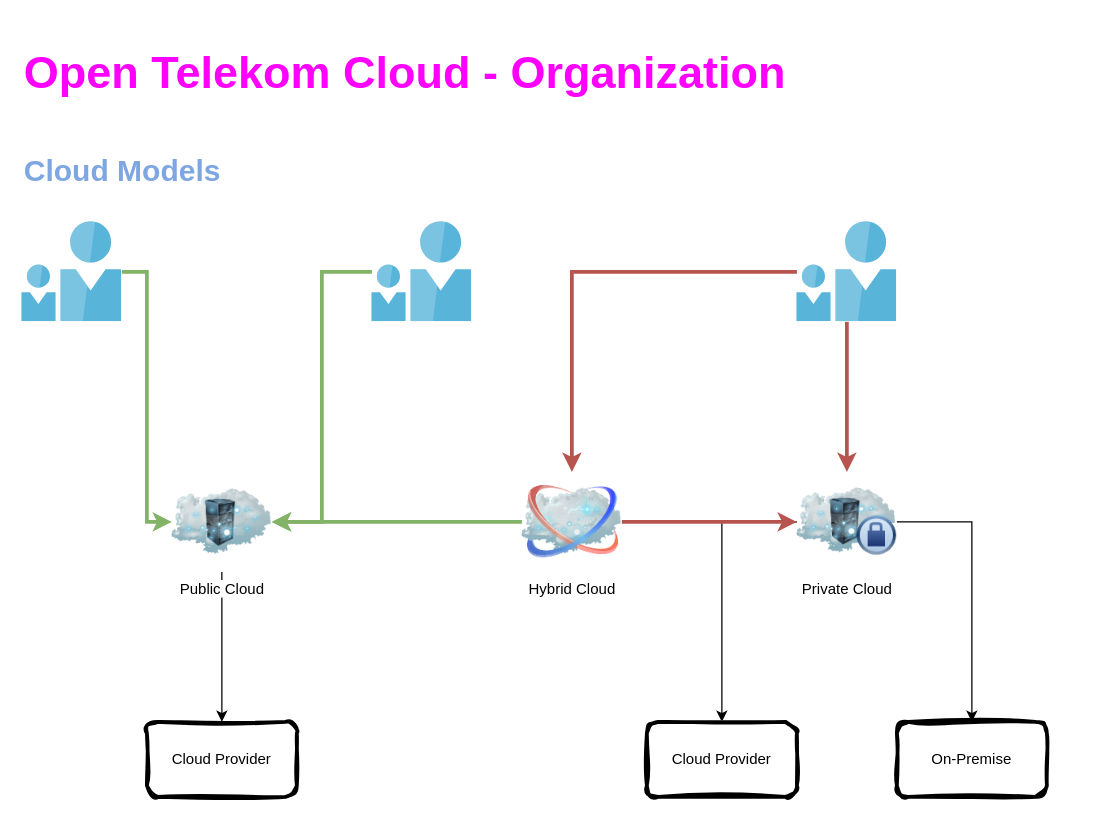
The draw.io diagram page "Cloud Models" (1 of 3) of Organisation.drawio in themue/OTC, before the edit. Source tidied: cells renumbered, new cells numbered last; positions are measured from the earlier drawing's top-left corner, leaving out a move shared by most shapes. Both pictures are drawn from the tidied source at 125%, with x=0, y=0 at pixel (21, 21).
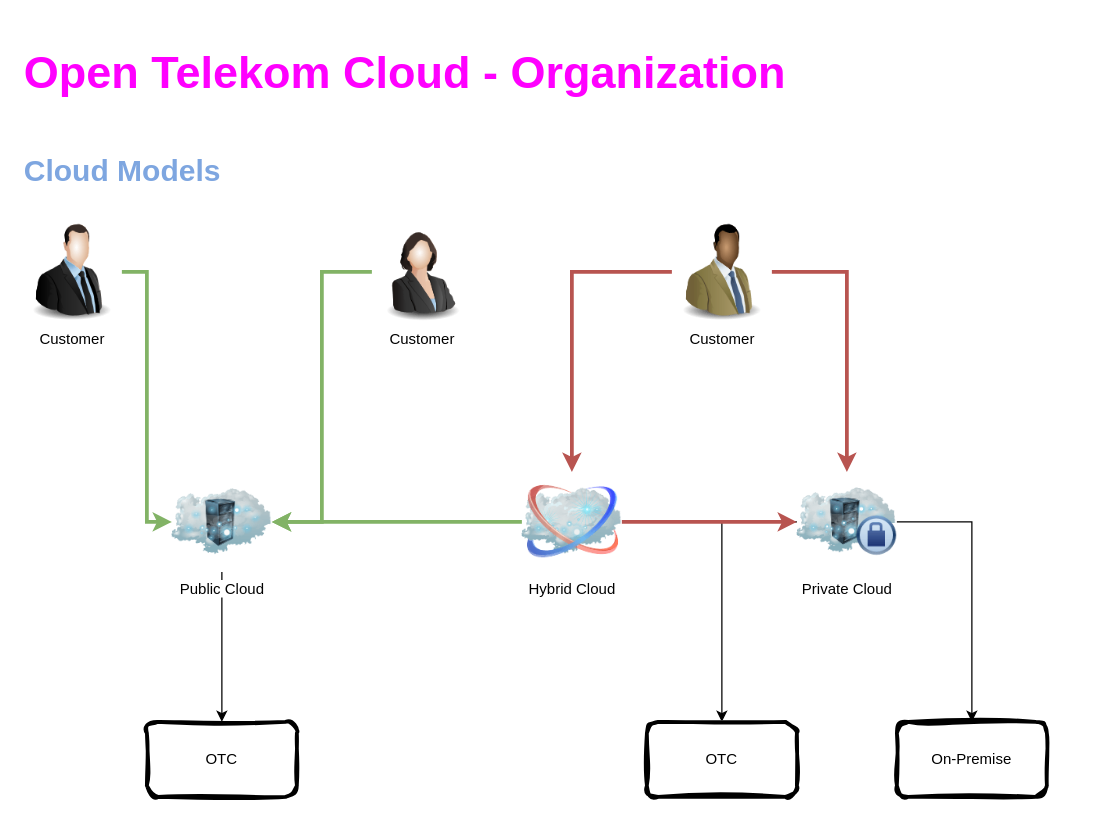
After the change.

Unchanged cells that the change refers to:
```xml
<mxCell id="6" value="Public Cloud" style="image;html=1;image=img/lib/clip_art/networking/Cloud_Rack_128x128.png;" parent="1" vertex="1">
  <mxGeometry x="120" y="360" width="80" height="80" as="geometry" />
</mxCell>
<mxCell id="14" value="Private Cloud" style="image;html=1;image=img/lib/clip_art/networking/Cloud_Rack_Private_128x128.png;" parent="1" vertex="1">
  <mxGeometry x="620" y="360" width="80" height="80" as="geometry" />
</mxCell>
<mxCell id="20" value="Hybrid Cloud" style="image;html=1;image=img/lib/clip_art/networking/Cloud_128x128.png;" parent="1" vertex="1">
  <mxGeometry x="400" y="360" width="80" height="80" as="geometry" />
</mxCell>
```

The edit, as a diff of the source:
```diff
@@
-    <mxCell id="3" style="edgeStyle=orthogonalEdgeStyle;rounded=0;jettySize=auto;html=1;entryX=0;entryY=0.5;entryDx=0;entryDy=0;strokeWidth=3;fillColor=#d5e8d4;strokeColor=#82b366;" parent="1" edge="1" source="4" target="6">
-      <mxGeometry relative="1" as="geometry" />
+    <mxCell id="3" style="edgeStyle=orthogonalEdgeStyle;rounded=0;jettySize=auto;html=1;entryX=0;entryY=0.5;entryDx=0;entryDy=0;strokeWidth=3;fillColor=#d5e8d4;strokeColor=#82b366;exitX=1;exitY=0.5;exitDx=0;exitDy=0;" parent="1" edge="1" source="22" target="6">
+      <mxGeometry relative="1" as="geometry">
+        <Array as="points">
+          <mxPoint x="100" y="200" />
+          <mxPoint x="100" y="400" />
+        </Array>
+      </mxGeometry>
     </mxCell>
-    <mxCell id="4" style="image;sketch=0;html=1;points=[];align=center;fontSize=12;image=img/lib/mscae/Two_User_Icon.svg;" parent="1" vertex="1">
-      <mxGeometry y="160" width="80" height="80" as="geometry" />
-    </mxCell>
@@
-    <mxCell id="7" style="edgeStyle=orthogonalEdgeStyle;rounded=0;jettySize=auto;html=1;entryX=1;entryY=0.5;entryDx=0;entryDy=0;strokeWidth=3;fillColor=#d5e8d4;strokeColor=#82b366;" parent="1" edge="1" source="8" target="6">
+    <mxCell id="7" style="edgeStyle=orthogonalEdgeStyle;rounded=0;jettySize=auto;html=1;entryX=1;entryY=0.5;entryDx=0;entryDy=0;strokeWidth=3;fillColor=#d5e8d4;strokeColor=#82b366;exitX=0;exitY=0.5;exitDx=0;exitDy=0;" parent="1" edge="1" source="23" target="6">
       <mxGeometry relative="1" as="geometry" />
     </mxCell>
-    <mxCell id="8" style="image;sketch=0;html=1;points=[];align=center;fontSize=12;image=img/lib/mscae/Two_User_Icon.svg;" parent="1" vertex="1">
-      <mxGeometry x="280" y="160" width="80" height="80" as="geometry" />
-    </mxCell>
-    <mxCell id="9" style="edgeStyle=orthogonalEdgeStyle;rounded=0;jettySize=auto;html=1;strokeWidth=3;fillColor=#f8cecc;strokeColor=#b85450;" parent="1" edge="1" source="11" target="14">
+    <mxCell id="9" style="edgeStyle=orthogonalEdgeStyle;rounded=0;jettySize=auto;html=1;strokeWidth=3;fillColor=#f8cecc;strokeColor=#b85450;exitX=1;exitY=0.5;exitDx=0;exitDy=0;" parent="1" edge="1" source="24" target="14">
       <mxGeometry relative="1" as="geometry" />
     </mxCell>
-    <mxCell id="10" style="edgeStyle=orthogonalEdgeStyle;rounded=0;jettySize=auto;html=1;strokeWidth=3;fillColor=#f8cecc;strokeColor=#b85450;" parent="1" edge="1" source="11" target="20">
+    <mxCell id="10" style="edgeStyle=orthogonalEdgeStyle;rounded=0;jettySize=auto;html=1;strokeWidth=3;fillColor=#f8cecc;strokeColor=#b85450;" parent="1" edge="1" source="24" target="20">
       <mxGeometry relative="1" as="geometry" />
     </mxCell>
-    <mxCell id="11" style="image;sketch=0;html=1;points=[];align=center;fontSize=12;image=img/lib/mscae/Two_User_Icon.svg;" parent="1" vertex="1">
-      <mxGeometry x="620" y="160" width="80" height="80" as="geometry" />
-    </mxCell>
@@
-    <mxCell id="16" value="Cloud Provider" style="rounded=1;whiteSpace=wrap;html=1;glass=0;strokeWidth=3;sketch=1;curveFitting=1;jiggle=2;" parent="1" vertex="1">
+    <mxCell id="16" value="OTC" style="rounded=1;whiteSpace=wrap;html=1;glass=0;strokeWidth=3;sketch=1;curveFitting=1;jiggle=2;" parent="1" vertex="1">
       <mxGeometry x="100" y="560" width="120" height="60" as="geometry" />
     </mxCell>
-    <mxCell id="17" value="Cloud Provider" style="rounded=1;whiteSpace=wrap;html=1;glass=0;strokeWidth=3;sketch=1;curveFitting=1;jiggle=2;" parent="1" vertex="1">
+    <mxCell id="17" value="OTC" style="rounded=1;whiteSpace=wrap;html=1;glass=0;strokeWidth=3;sketch=1;curveFitting=1;jiggle=2;" parent="1" vertex="1">
       <mxGeometry x="500" y="560" width="120" height="60" as="geometry" />
     </mxCell>
@@
+    <mxCell id="22" value="Customer" style="image;html=1;image=img/lib/clip_art/people/Suit_Man_128x128.png;" parent="1" vertex="1">
+      <mxGeometry y="160" width="80" height="80" as="geometry" />
+    </mxCell>
+    <mxCell id="23" value="Customer" style="image;html=1;image=img/lib/clip_art/people/Suit_Woman_128x128.png;" parent="1" vertex="1">
+      <mxGeometry x="280" y="160" width="80" height="80" as="geometry" />
+    </mxCell>
+    <mxCell id="24" value="Customer" style="image;html=1;image=img/lib/clip_art/people/Suit_Man_Green_Black_128x128.png;" parent="1" vertex="1">
+      <mxGeometry x="520" y="160" width="80" height="80" as="geometry" />
+    </mxCell>
```
